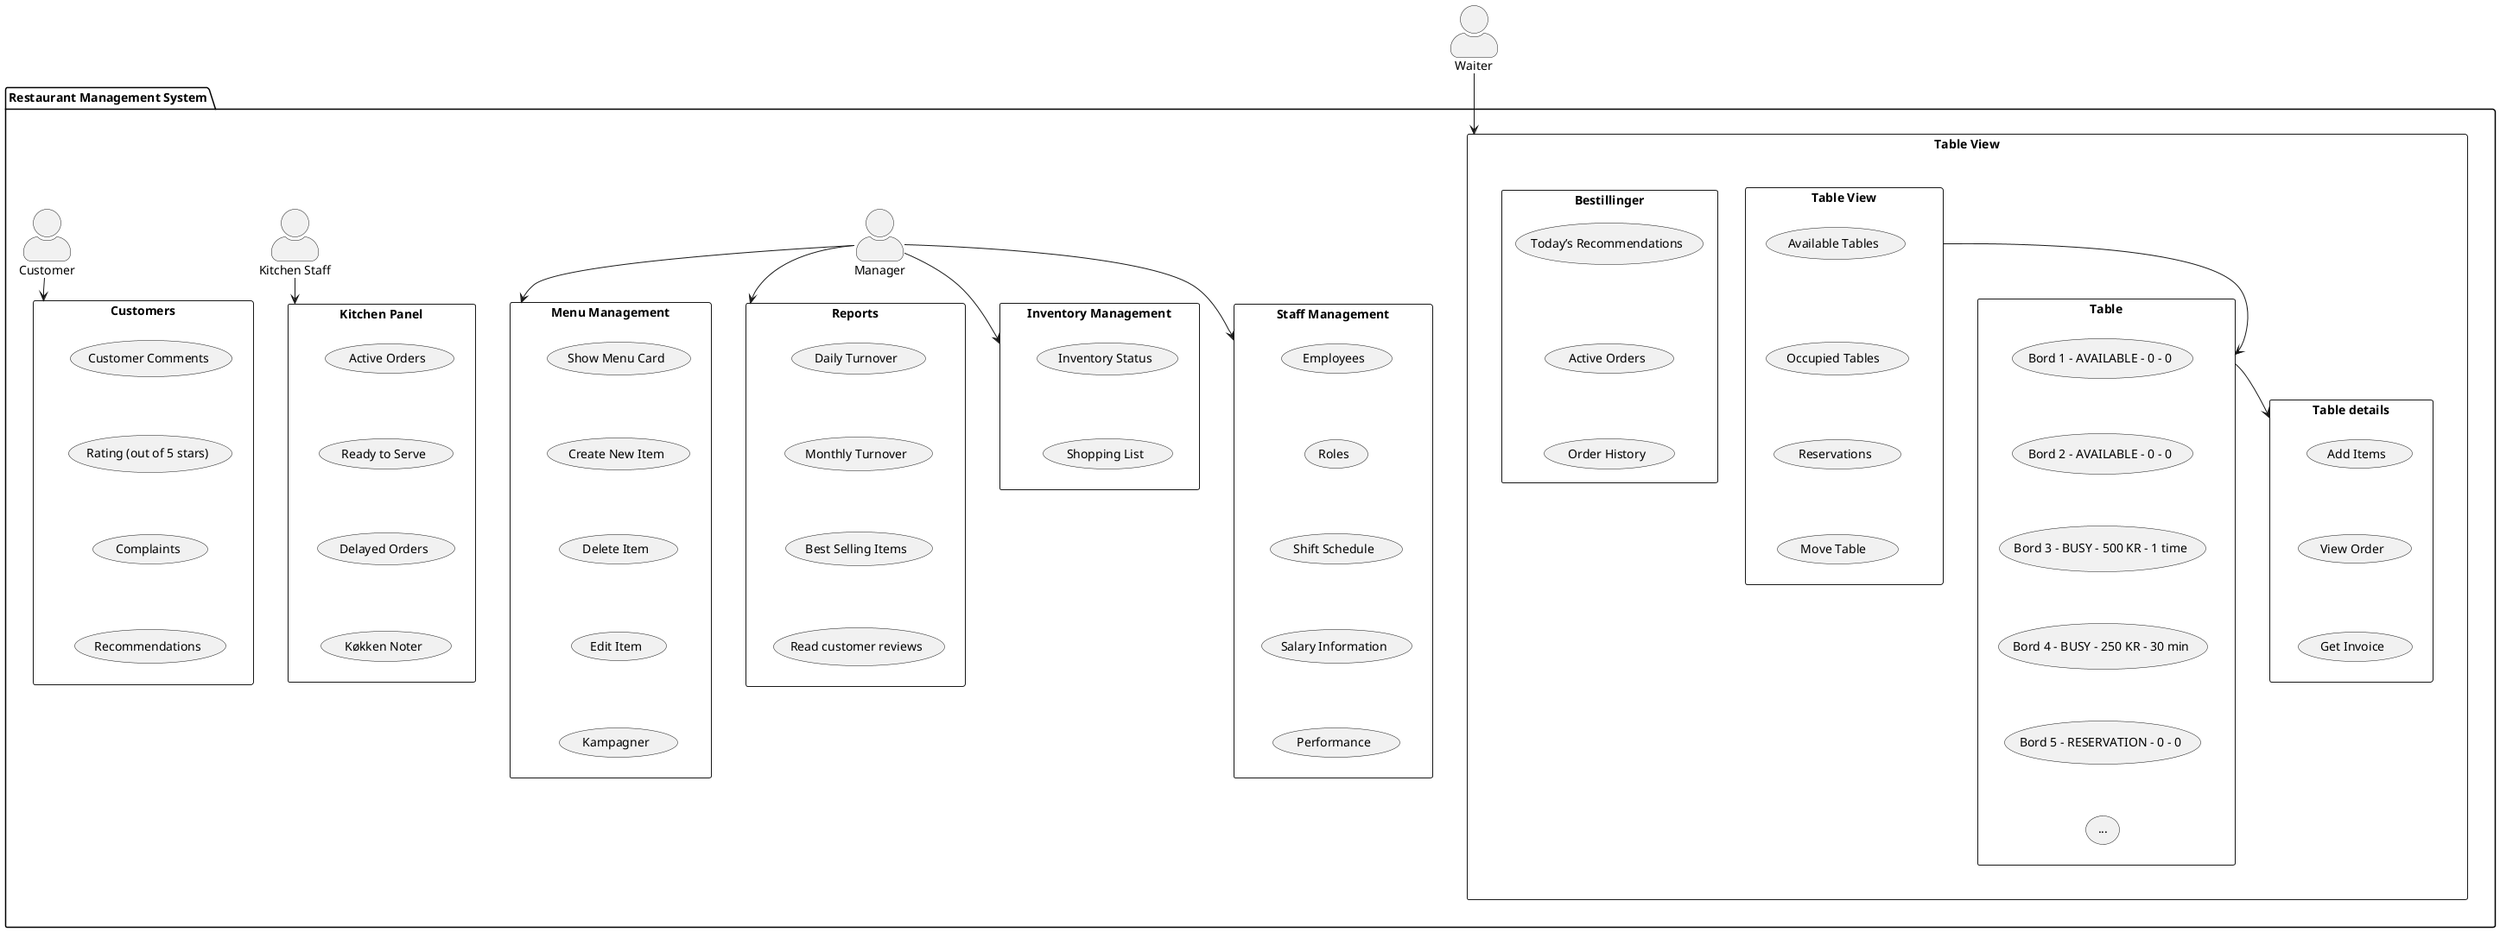
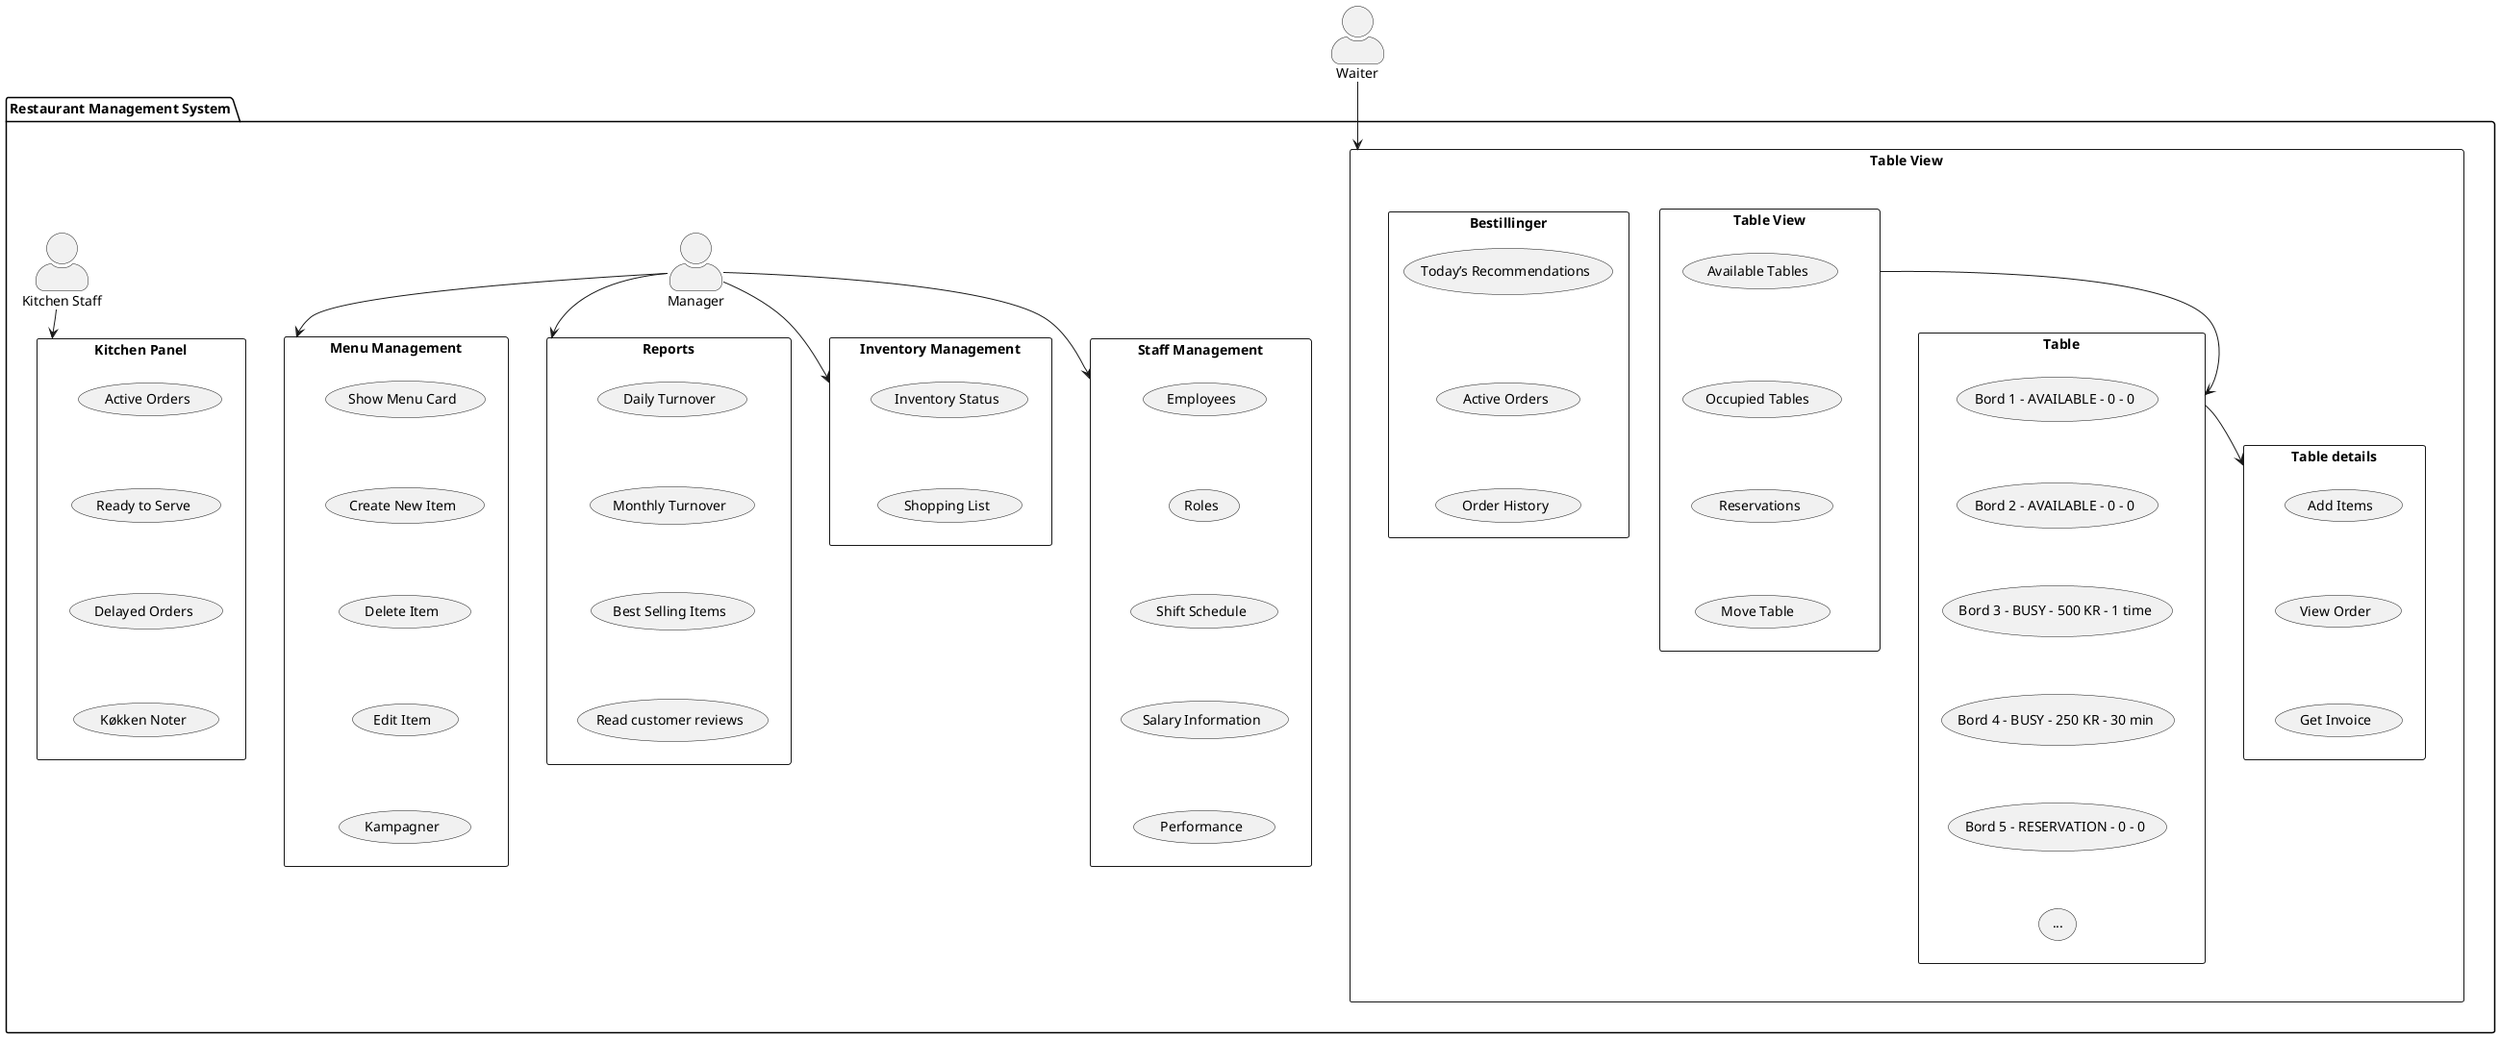
@startuml
'https://plantuml.com/use-case-diagram


skinparam actorStyle awesome
actor Waiter

package "Restaurant Management System" as HovedMenu {


actor Manager

rectangle "Menu Management" as UC1 {

    usecase "Show Menu Card" as UC11
    usecase "Create New Item" as UC12
    usecase "Delete Item" as UC13
    usecase "Edit Item" as UC14
    usecase "Kampagner" as UC15

    UC11-[hidden]-> UC12
    UC12-[hidden]-> UC13
    UC13-[hidden]-> UC14
    UC14-[hidden]-> UC15

}


rectangle "Table View" as UC2 {

rectangle "Table View" as UC21 {
    usecase "Available Tables" as at
    usecase "Occupied Tables " as ot
    usecase "Reservations" as rs
    usecase "Move Table " as mt

    at -[hidden]-> ot
    ot -[hidden]-> rs
    rs -[hidden]-> mt

}


rectangle "Table" as UC22 {
    usecase "Bord 1 - AVAILABLE - 0 - 0" as a
    usecase "Bord 2 - AVAILABLE - 0 - 0" as b
    usecase "Bord 3 - BUSY - 500 KR - 1 time" as c
    usecase "Bord 4 - BUSY - 250 KR - 30 min" as d
    usecase "Bord 5 - RESERVATION - 0 - 0" as e
    usecase "..." as f


    a -[hidden]-> b
    b -[hidden]-> c
    c -[hidden]-> d
    d -[hidden]-> e
    e -[hidden]-> f
}

UC21 -[hidden]-> UC22

rectangle "Table details" as UC23 {
        usecase "Add Items" as x
        usecase "View Order" as y
        usecase "Get Invoice" as z

        x -[hidden]-> y
        y -[hidden]-> z


}

UC22 -[hidden]-> UC23

rectangle "Bestillinger" as UC4 {

    usecase "Today’s Recommendations" as UC41
    usecase "Active Orders" as UC42
    usecase "Order History" as UC43

    UC41 -[hidden]-> UC42
    UC42 -[hidden]-> UC43

}

}


rectangle "Reports" as UC3 {
    usecase "Daily Turnover" as UC31
    usecase "Monthly Turnover" as UC32
    usecase "Best Selling Items" as UC33
    usecase "Read customer reviews" as UC34

    UC31 -[hidden]-> UC32
    UC32 -[hidden]-> UC33
    UC33 -[hidden]-> UC34
}


actor "Kitchen Staff" as KS

rectangle "Kitchen Panel" as UC5 {

    usecase "Active Orders" as UC51
    usecase "Ready to Serve" as UC52
    usecase "Delayed Orders" as UC53
    usecase "Køkken Noter" as UC54

    UC51 -[hidden]-> UC52
    UC52 -[hidden]-> UC53
    UC53 -[hidden]-> UC54


}



rectangle "Inventory Management" as UC6 {
    usecase "Inventory Status" as UC61
    usecase "Shopping List" as UC62

    UC61 -[hidden]-> UC62
}

- 
- actor Customer
- 
- rectangle "Customers" as UC7 {
-     usecase "Customer Comments" as UC71
-     usecase "Rating (out of 5 stars)" as UC72
-     usecase "Complaints" as UC73
-     usecase "Recommendations" as UC74
- 
-     UC71 -[hidden]-> UC72
-     UC72 -[hidden]-> UC73
-     UC73 -[hidden]-> UC74
- 
- }
- 
- 
rectangle "Staff Management" as UC8 {

    usecase "Employees" as UC81
    usecase "Roles" as UC82
    usecase "Shift Schedule" as UC83
    usecase "Salary Information" as UC84
    usecase "Performance" as UC85

    UC81-[hidden]-> UC82
    UC82-[hidden]-> UC83
    UC83-[hidden]-> UC84
    UC84-[hidden]-> UC85

}


Waiter --> UC2
UC21 --> UC22
UC22 --> UC23

Manager --> UC1
Manager --> UC3
Manager --> UC6
Manager --> UC8

KS --> UC5
- 
- Customer --> UC7
- 
- 
}


@enduml